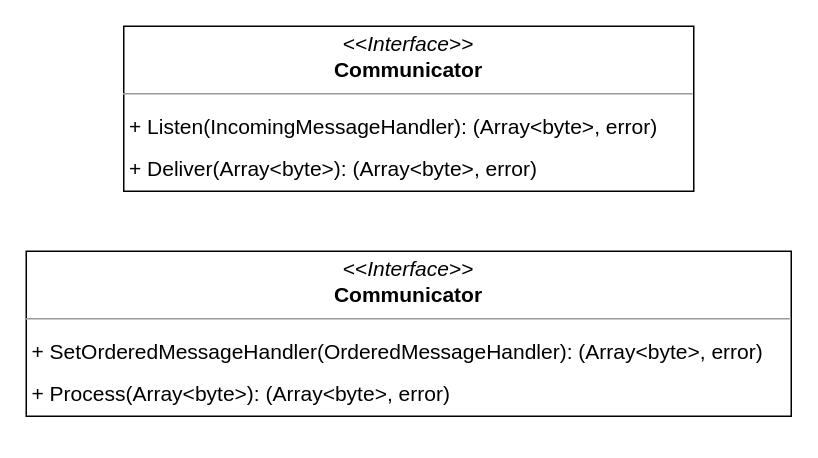
tonussi/hermes-bkp keeps this draw.io diagram as diagrams/hermes-ifaces.drawio. Above is the earlier version. Source tidied: cells renumbered, new cells numbered last; positions are measured from the earlier drawing's top-left corner, leaving out a move shared by most shapes. Both pictures are drawn from the tidied source at 150%, with x=0, y=0 at pixel (26, 26).
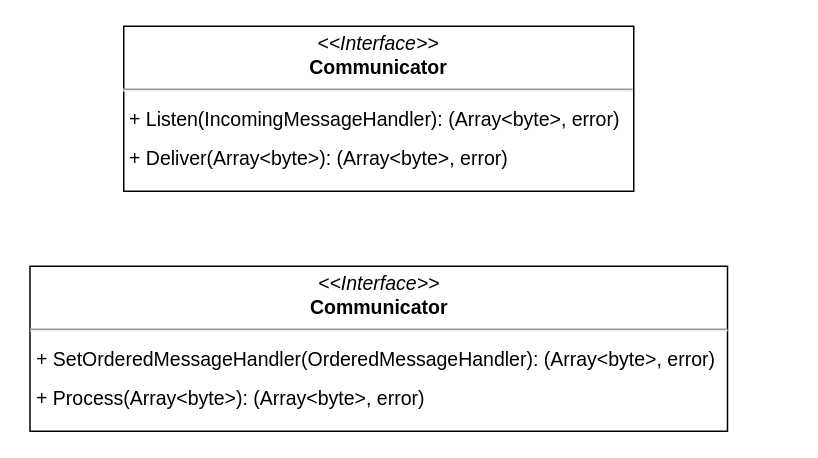
After the change.

The edit, as a diff of the source:
```diff
@@
 <mxGraphModel>
   <root>
     <mxCell id="0" />
     <mxCell id="1" parent="0" />
-    <mxCell id="2" value="&lt;p style=&quot;margin: 4px 0px 0px ; text-align: center ; font-size: 14px&quot;&gt;&lt;font style=&quot;font-size: 14px&quot;&gt;&lt;i&gt;&amp;lt;&amp;lt;Interface&amp;gt;&amp;gt;&lt;/i&gt;&lt;br&gt;&lt;b&gt;Communicator&lt;/b&gt;&lt;/font&gt;&lt;/p&gt;&lt;hr size=&quot;1&quot; style=&quot;font-size: 14px&quot;&gt;&lt;p style=&quot;margin: 0px 0px 0px 4px ; font-size: 14px&quot;&gt;&lt;font style=&quot;font-size: 14px ; line-height: 200%&quot;&gt;+ Listen(IncomingMessageHandler): (Array&amp;lt;byte&amp;gt;, error)&lt;br&gt;+ Deliver(Array&amp;lt;byte&amp;gt;): (Array&amp;lt;byte&amp;gt;, error)&lt;/font&gt;&lt;/p&gt;" style="verticalAlign=top;align=left;overflow=fill;fontSize=12;fontFamily=Helvetica;html=1;" parent="1" vertex="1">
-      <mxGeometry x="65" width="380" height="110" as="geometry" />
+    <mxCell id="2" value="&lt;p style=&quot;margin: 4px 0px 0px; text-align: center; font-size: 13px;&quot;&gt;&lt;font style=&quot;font-size: 13px;&quot;&gt;&lt;i style=&quot;font-size: 13px;&quot;&gt;&amp;lt;&amp;lt;Interface&amp;gt;&amp;gt;&lt;/i&gt;&lt;br style=&quot;font-size: 13px;&quot;&gt;&lt;b style=&quot;font-size: 13px;&quot;&gt;Communicator&lt;/b&gt;&lt;/font&gt;&lt;/p&gt;&lt;hr style=&quot;font-size: 13px;&quot;&gt;&lt;p style=&quot;margin: 0px 0px 0px 4px; font-size: 13px;&quot;&gt;&lt;font style=&quot;font-size: 13px; line-height: 200%;&quot;&gt;+ Listen(IncomingMessageHandler): (Array&amp;lt;byte&amp;gt;, error)&lt;br style=&quot;font-size: 13px;&quot;&gt;+ Deliver(Array&amp;lt;byte&amp;gt;): (Array&amp;lt;byte&amp;gt;, error)&lt;/font&gt;&lt;/p&gt;" style="verticalAlign=top;align=left;overflow=fill;fontSize=13;fontFamily=Helvetica;html=1;" parent="1" vertex="1">
+      <mxGeometry x="65" width="340" height="110" as="geometry" />
     </mxCell>
-    <mxCell id="3" value="&lt;p style=&quot;margin: 4px 0px 0px ; text-align: center ; font-size: 14px&quot;&gt;&lt;font style=&quot;font-size: 14px&quot;&gt;&lt;i&gt;&amp;lt;&amp;lt;Interface&amp;gt;&amp;gt;&lt;/i&gt;&lt;br&gt;&lt;b&gt;Communicator&lt;/b&gt;&lt;/font&gt;&lt;/p&gt;&lt;hr size=&quot;1&quot; style=&quot;font-size: 14px&quot;&gt;&lt;p style=&quot;margin: 0px 0px 0px 4px ; font-size: 14px&quot;&gt;&lt;font style=&quot;font-size: 14px ; line-height: 200%&quot;&gt;+ SetOrderedMessageHandler(OrderedMessageHandler): (Array&amp;lt;byte&amp;gt;, error)&lt;br&gt;+ Process(Array&amp;lt;byte&amp;gt;): (Array&amp;lt;byte&amp;gt;, error)&lt;/font&gt;&lt;/p&gt;" style="verticalAlign=top;align=left;overflow=fill;fontSize=12;fontFamily=Helvetica;html=1;" parent="1" vertex="1">
-      <mxGeometry y="150" width="510" height="110" as="geometry" />
+    <mxCell id="3" value="&lt;p style=&quot;margin: 4px 0px 0px; text-align: center; font-size: 13px;&quot;&gt;&lt;font style=&quot;font-size: 13px;&quot;&gt;&lt;i style=&quot;font-size: 13px;&quot;&gt;&amp;lt;&amp;lt;Interface&amp;gt;&amp;gt;&lt;/i&gt;&lt;br style=&quot;font-size: 13px;&quot;&gt;&lt;b style=&quot;font-size: 13px;&quot;&gt;Communicator&lt;/b&gt;&lt;/font&gt;&lt;/p&gt;&lt;hr style=&quot;font-size: 13px;&quot;&gt;&lt;p style=&quot;margin: 0px 0px 0px 4px; font-size: 13px;&quot;&gt;&lt;font style=&quot;font-size: 13px; line-height: 200%;&quot;&gt;+ SetOrderedMessageHandler(OrderedMessageHandler): (Array&amp;lt;byte&amp;gt;, error)&lt;br style=&quot;font-size: 13px;&quot;&gt;+ Process(Array&amp;lt;byte&amp;gt;): (Array&amp;lt;byte&amp;gt;, error)&lt;/font&gt;&lt;/p&gt;" style="verticalAlign=top;align=left;overflow=fill;fontSize=13;fontFamily=Helvetica;html=1;" parent="1" vertex="1">
+      <mxGeometry x="2.5" y="160" width="465" height="110" as="geometry" />
     </mxCell>
   </root>
 </mxGraphModel>
```
